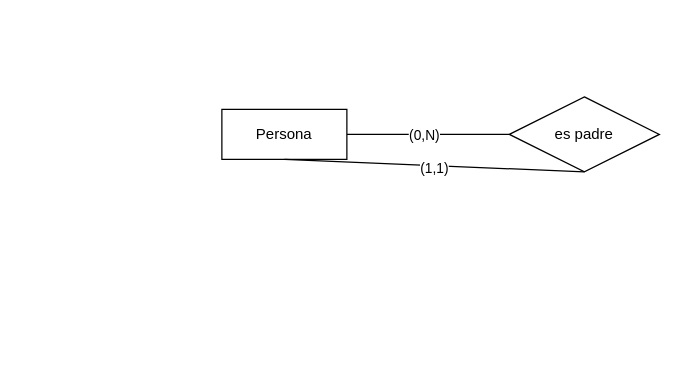
This is GBD/recursiva.drawio from poliestireno/ASIR1_2627, a draw.io file, before an edit. Source tidied: cells renumbered, new cells numbered last; positions are measured from the earlier drawing's top-left corner, leaving out a move shared by most shapes. Both pictures are drawn from the tidied source at 125%, with x=0, y=0 at pixel (221, 96).
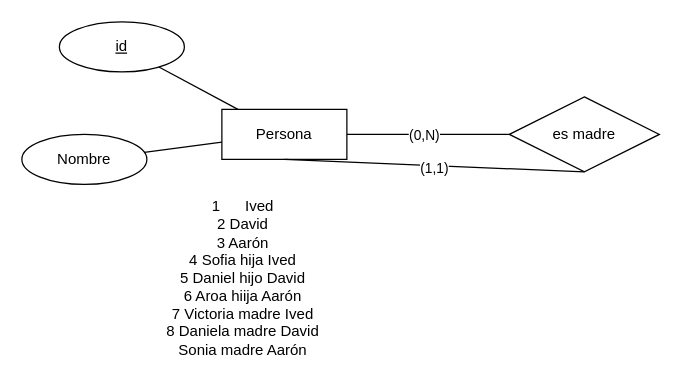
The same page after the edit.

Change to the diagram source:
```diff
@@
 <mxGraphModel>
   <root>
     <mxCell id="0" />
     <mxCell id="1" parent="0" />
     <mxCell id="2" value="Persona" style="whiteSpace=wrap;html=1;align=center;" parent="1" vertex="1">
       <mxGeometry y="10" width="100" height="40" as="geometry" />
     </mxCell>
-    <mxCell id="3" value="es padre" style="shape=rhombus;perimeter=rhombusPerimeter;whiteSpace=wrap;html=1;align=center;" parent="1" vertex="1">
+    <mxCell id="3" value="es madre" style="shape=rhombus;perimeter=rhombusPerimeter;whiteSpace=wrap;html=1;align=center;" parent="1" vertex="1">
       <mxGeometry x="230" width="120" height="60" as="geometry" />
     </mxCell>
     <mxCell id="4" style="endArrow=none;html=1;rounded=0;defaultLabelBackgroundColor=page;labelPadding=0 4;" parent="1" edge="1" source="2" target="3">
       <mxGeometry relative="1" as="geometry" />
     </mxCell>
     <mxCell id="5" value="(0,N)" style="edgeLabel;html=1;align=center;verticalAlign=middle;inheritText=1;defaultLabelBackgroundColor=page;labelPadding=0 4;" parent="4" vertex="1">
       <mxGeometry x="-0.06" relative="1" as="geometry" />
     </mxCell>
     <mxCell id="6" style="endArrow=none;html=1;rounded=0;defaultLabelBackgroundColor=page;labelPadding=0 4;entryX=0.5;entryY=1;entryDx=0;entryDy=0;exitX=0.5;exitY=1;exitDx=0;exitDy=0;" parent="1" edge="1" source="2" target="3">
       <mxGeometry relative="1" as="geometry" />
     </mxCell>
     <mxCell id="7" value="(1,1)" style="edgeLabel;html=1;align=center;verticalAlign=middle;inheritText=1;defaultLabelBackgroundColor=page;labelPadding=0 4;" parent="6" vertex="1">
       <mxGeometry y="-2" relative="1" as="geometry" />
     </mxCell>
+    <mxCell id="8" value="1&lt;span style=&quot;white-space: pre;&quot;&gt;&#9;&lt;/span&gt;Ived&lt;div&gt;2 David&lt;/div&gt;&lt;div&gt;3 Aarón&lt;/div&gt;&lt;div&gt;4 Sofia hija Ived&lt;/div&gt;&lt;div&gt;5 Daniel hijo David&lt;/div&gt;&lt;div&gt;6 Aroa hiija Aarón&lt;/div&gt;&lt;div&gt;7 Victoria madre Ived&lt;/div&gt;&lt;div&gt;8 Daniela madre David&lt;/div&gt;&lt;div&gt;Sonia madre Aarón&lt;/div&gt;" style="text;html=1;whiteSpace=wrap;strokeColor=none;fillColor=none;align=center;verticalAlign=middle;rounded=0;" parent="1" vertex="1">
+      <mxGeometry x="-160" y="130" width="354" height="30" as="geometry" />
+    </mxCell>
+    <mxCell id="9" value="id" style="ellipse;whiteSpace=wrap;html=1;align=center;fontStyle=4;" parent="1" vertex="1">
+      <mxGeometry x="-130" y="-60" width="100" height="40" as="geometry" />
+    </mxCell>
+    <mxCell id="10" style="endArrow=none;html=1;rounded=0;defaultLabelBackgroundColor=page;labelPadding=0 4;" parent="1" edge="1" source="9" target="2">
+      <mxGeometry relative="1" as="geometry" />
+    </mxCell>
+    <mxCell id="11" value="Nombre" style="ellipse;whiteSpace=wrap;html=1;align=center;" parent="1" vertex="1">
+      <mxGeometry x="-160" y="30" width="100" height="40" as="geometry" />
+    </mxCell>
+    <mxCell id="12" style="endArrow=none;html=1;rounded=0;defaultLabelBackgroundColor=page;labelPadding=0 4;" parent="1" edge="1" source="11" target="2">
+      <mxGeometry relative="1" as="geometry" />
+    </mxCell>
   </root>
 </mxGraphModel>
```
